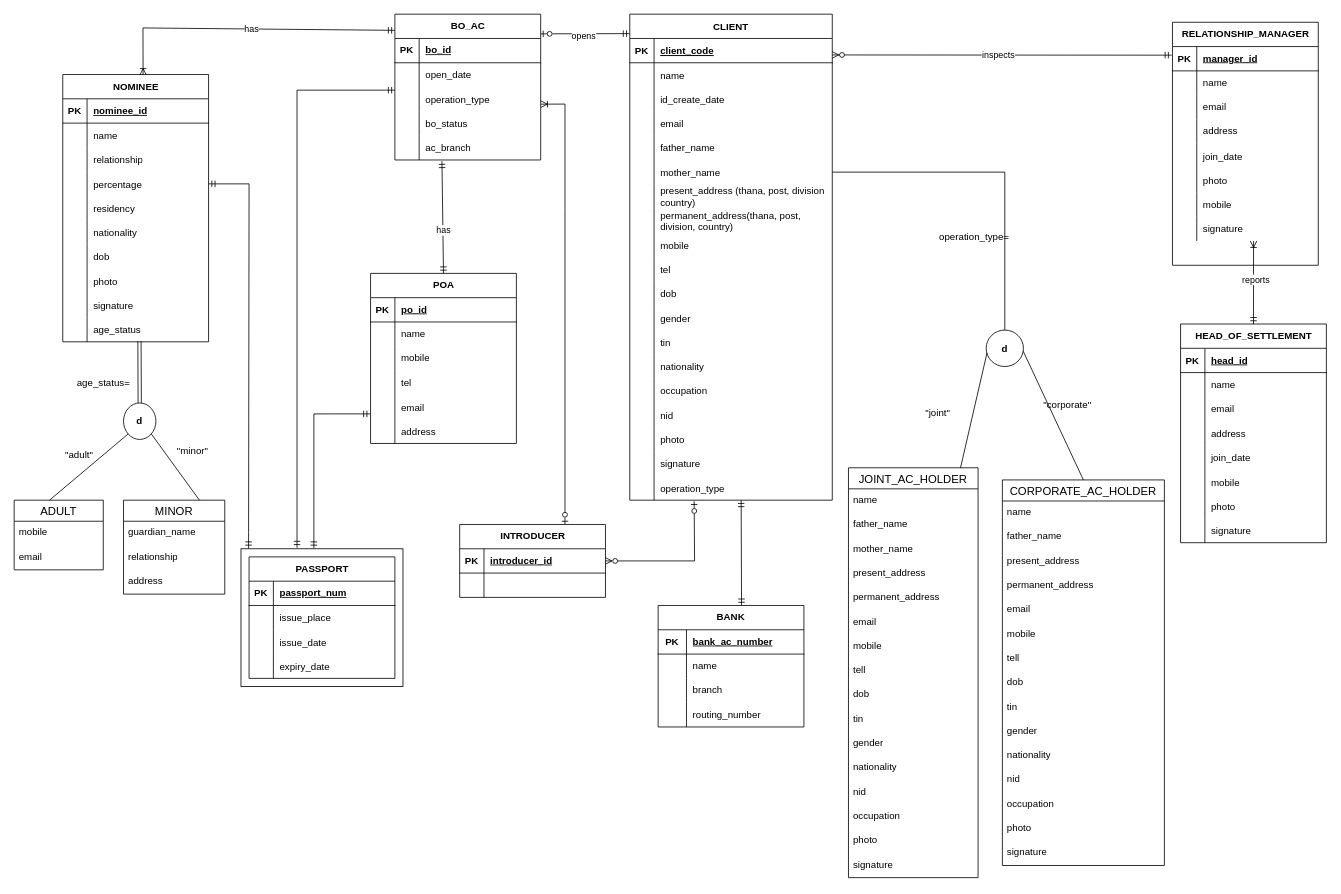
Above: report/ERD.drawio in MohaiminAlif/LankabanglaUniProject (draw.io), before the change. Source tidied: cells renumbered, new cells numbered last; positions are measured from the earlier drawing's top-left corner, leaving out a move shared by most shapes. Both pictures are drawn from the tidied source at 81%, with x=0, y=0 at pixel (14, 14).
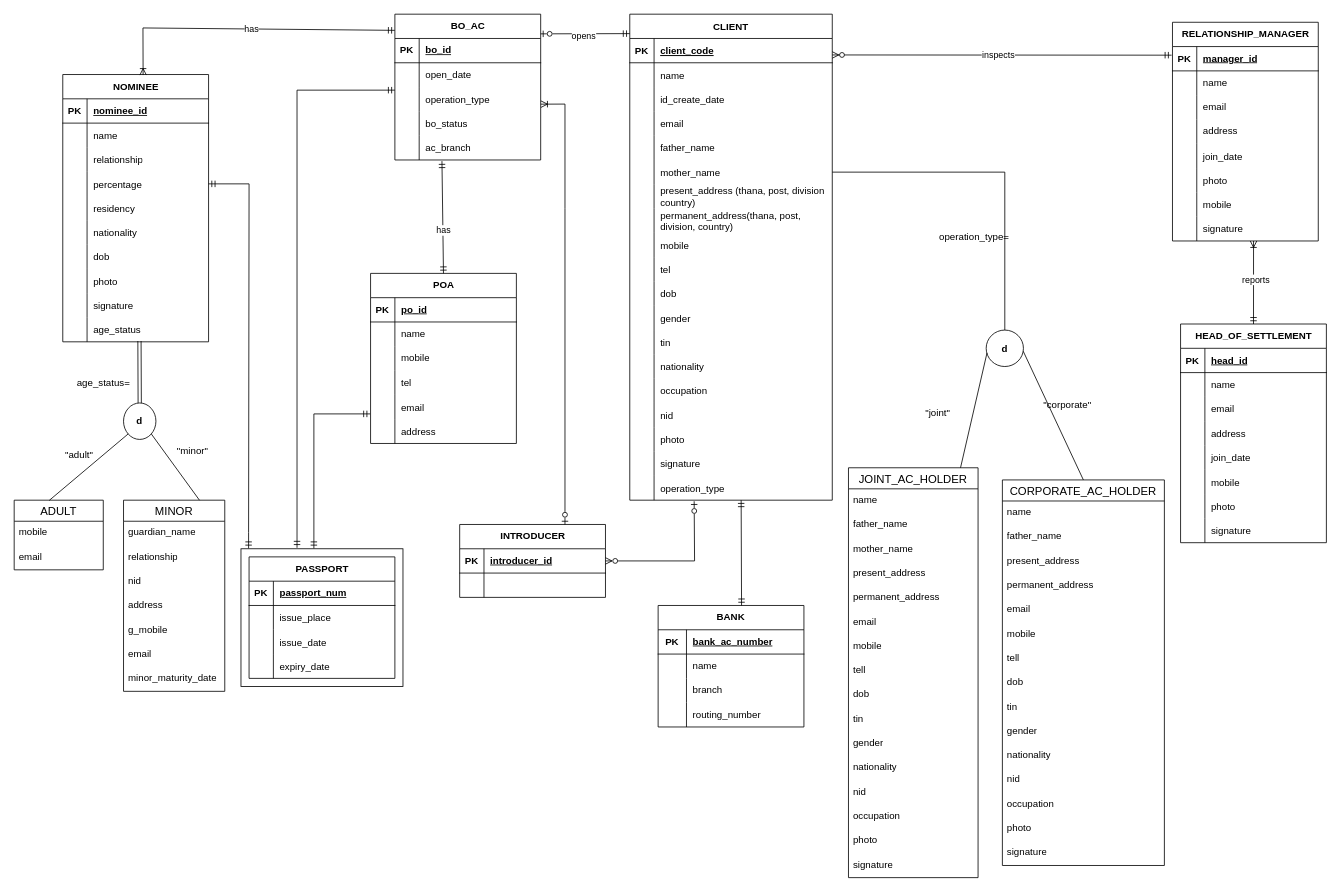
After the change.

Change to the diagram source:
```diff
@@
     <mxCell id="117" value="MINOR" style="swimlane;fontStyle=0;horizontal=1;startSize=26;align=center;fontSize=14;" parent="1" vertex="1">
-      <mxGeometry x="135" y="600" width="125" height="116" as="geometry" />
+      <mxGeometry x="135" y="600" width="125" height="236" as="geometry" />
     </mxCell>
@@
+    <mxCell id="280" value="nid" style="text;strokeColor=none;fillColor=none;spacingLeft=4;spacingRight=4;overflow=hidden;fontSize=12;whiteSpace=wrap;html=1;" parent="117" vertex="1">
+      <mxGeometry y="86" width="125" height="30" as="geometry" />
+    </mxCell>
     <mxCell id="120" value="address" style="text;strokeColor=none;fillColor=none;spacingLeft=4;spacingRight=4;overflow=hidden;fontSize=12;whiteSpace=wrap;html=1;" parent="117" vertex="1">
-      <mxGeometry y="86" width="125" height="30" as="geometry" />
+      <mxGeometry y="116" width="125" height="30" as="geometry" />
     </mxCell>
+    <mxCell id="281" value="g_mobile" style="text;strokeColor=none;fillColor=none;spacingLeft=4;spacingRight=4;overflow=hidden;fontSize=12;whiteSpace=wrap;html=1;" parent="117" vertex="1">
+      <mxGeometry y="146" width="125" height="30" as="geometry" />
+    </mxCell>
+    <mxCell id="282" value="email" style="text;strokeColor=none;fillColor=none;spacingLeft=4;spacingRight=4;overflow=hidden;fontSize=12;whiteSpace=wrap;html=1;" parent="117" vertex="1">
+      <mxGeometry y="176" width="125" height="30" as="geometry" />
+    </mxCell>
+    <mxCell id="283" value="minor_maturity_date" style="text;strokeColor=none;fillColor=none;spacingLeft=4;spacingRight=4;overflow=hidden;fontSize=12;whiteSpace=wrap;html=1;" parent="117" vertex="1">
+      <mxGeometry y="206" width="125" height="30" as="geometry" />
+    </mxCell>
@@
     <mxCell id="125" value="RELATIONSHIP_MANAGER" style="shape=table;startSize=30;childLayout=tableLayout;rowLines=0;fontStyle=1;align=center;html=1;" parent="1" vertex="1">
-      <mxGeometry x="1430" y="10" width="180" height="300" as="geometry" />
+      <mxGeometry x="1430" y="10" width="180" height="270" as="geometry" />
     </mxCell>
```
